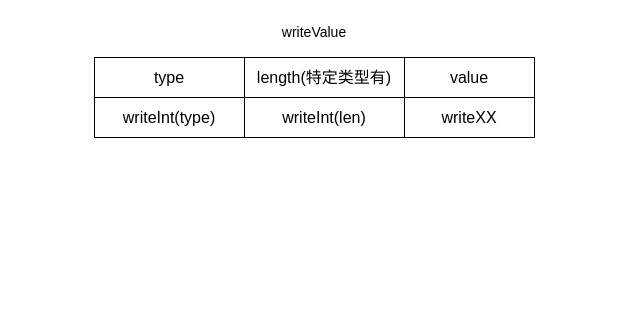
Earlier version of the draw.io diagram android_parcel_write_value.drawio (f23505106/drawio). Source tidied: cells renumbered, new cells numbered last; positions are measured from the earlier drawing's top-left corner, leaving out a move shared by most shapes. Both pictures are drawn from the tidied source at 100%, with x=0, y=0 at pixel (94, 17).
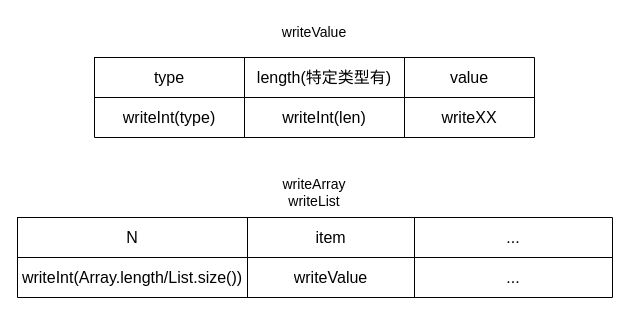
The same page after the edit.

Change to the diagram source:
```diff
@@
+    <mxCell id="12" style="shape=table;startSize=0;childLayout=tableLayout;fontSize=16;" parent="1" vertex="1">
+      <mxGeometry x="-77" y="200" width="595" height="80" as="geometry" />
+    </mxCell>
+    <mxCell id="13" style="shape=tableRow;horizontal=0;startSize=0;swimlaneHead=0;swimlaneBody=0;strokeColor=inherit;top=0;left=0;bottom=0;right=0;fillColor=none;fontSize=16;" parent="12" vertex="1">
+      <mxGeometry width="595" height="40" as="geometry" />
+    </mxCell>
+    <mxCell id="14" value="N" style="shape=partialRectangle;html=1;whiteSpace=wrap;strokeColor=inherit;overflow=hidden;fillColor=none;top=0;left=0;bottom=0;right=0;fontSize=16;" parent="13" vertex="1">
+      <mxGeometry width="230" height="40" as="geometry" />
+    </mxCell>
+    <mxCell id="15" value="item" style="shape=partialRectangle;html=1;whiteSpace=wrap;strokeColor=inherit;overflow=hidden;fillColor=none;top=0;left=0;bottom=0;right=0;fontSize=16;" parent="13" vertex="1">
+      <mxGeometry x="230" width="167" height="40" as="geometry" />
+    </mxCell>
+    <mxCell id="16" value="..." style="shape=partialRectangle;html=1;whiteSpace=wrap;strokeColor=inherit;overflow=hidden;fillColor=none;top=0;left=0;bottom=0;right=0;fontSize=16;" parent="13" vertex="1">
+      <mxGeometry x="397" width="198" height="40" as="geometry" />
+    </mxCell>
+    <mxCell id="17" style="shape=tableRow;horizontal=0;startSize=0;swimlaneHead=0;swimlaneBody=0;strokeColor=inherit;top=0;left=0;bottom=0;right=0;fillColor=none;fontSize=16;" parent="12" vertex="1">
+      <mxGeometry y="40" width="595" height="40" as="geometry" />
+    </mxCell>
+    <mxCell id="18" value="writeInt(Array.length/List.size())" style="shape=partialRectangle;html=1;whiteSpace=wrap;strokeColor=inherit;overflow=hidden;fillColor=none;top=0;left=0;bottom=0;right=0;fontSize=16;" parent="17" vertex="1">
+      <mxGeometry width="230" height="40" as="geometry" />
+    </mxCell>
+    <mxCell id="19" value="writeValue" style="shape=partialRectangle;html=1;whiteSpace=wrap;strokeColor=inherit;overflow=hidden;fillColor=none;top=0;left=0;bottom=0;right=0;fontSize=16;" parent="17" vertex="1">
+      <mxGeometry x="230" width="167" height="40" as="geometry" />
+    </mxCell>
+    <mxCell id="20" value="..." style="shape=partialRectangle;html=1;whiteSpace=wrap;strokeColor=inherit;overflow=hidden;fillColor=none;top=0;left=0;bottom=0;right=0;fontSize=16;" parent="17" vertex="1">
+      <mxGeometry x="397" width="198" height="40" as="geometry" />
+    </mxCell>
+    <mxCell id="21" value="&lt;font style=&quot;font-size: 14px;&quot;&gt;writeArray&lt;br&gt;writeList&lt;br&gt;&lt;/font&gt;" style="text;html=1;strokeColor=none;fillColor=none;align=center;verticalAlign=middle;whiteSpace=wrap;rounded=0;" parent="1" vertex="1">
+      <mxGeometry x="190" y="160" width="60" height="30" as="geometry" />
+    </mxCell>
```
